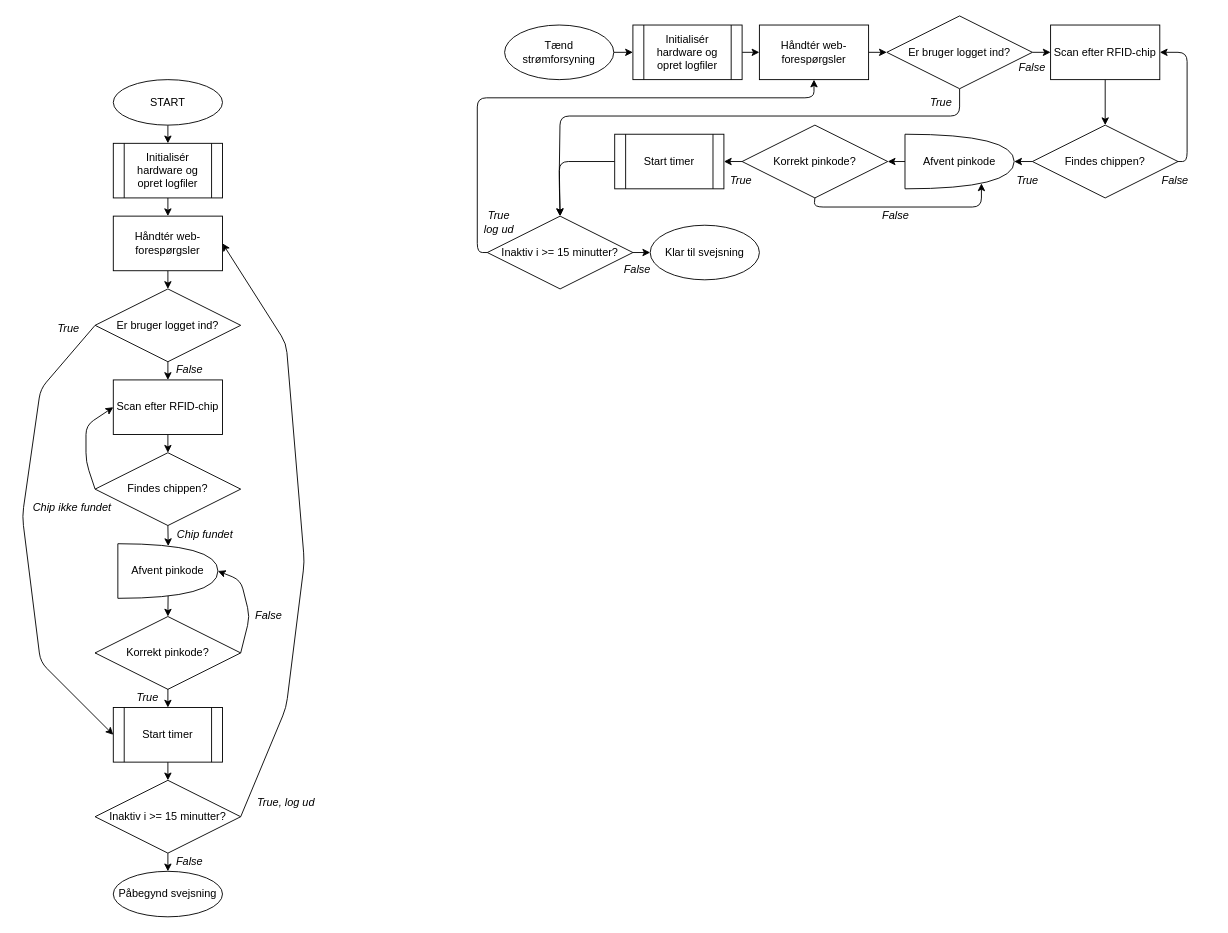
Before: standalone/RFID SD/systemflowchart.drawio in 220-gruppe/varierende_psu, a draw.io diagram. Source tidied: cells renumbered, new cells numbered last; positions are measured from the earlier drawing's top-left corner, leaving out a move shared by most shapes. Both pictures are drawn from the tidied source at 91%, with x=0, y=0 at pixel (22, 15).
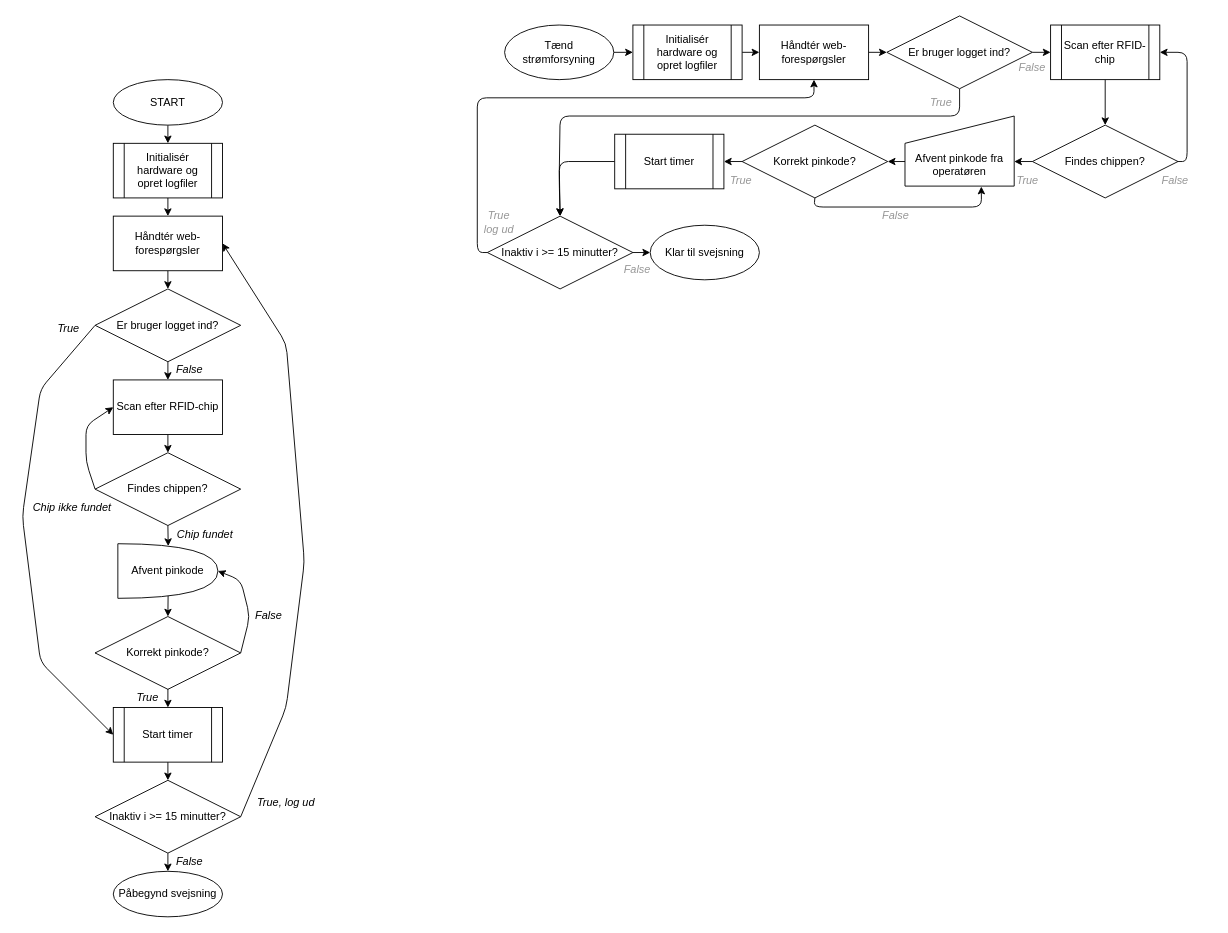
Above is the later version.

Unchanged cells that the change refers to:
```xml
<mxCell id="45" value="&lt;span&gt;&lt;b&gt;&lt;/b&gt;&lt;/span&gt;&lt;span&gt;&lt;font style=&quot;color: light-dark(rgb(0, 0, 0), rgb(255, 255, 255));&quot;&gt;Er bruger logget ind?&lt;/font&gt;&lt;/span&gt;" style="rhombus;whiteSpace=wrap;html=1;" parent="1" vertex="1">
  <mxGeometry x="950" width="160" height="80" as="geometry" />
</mxCell>
<mxCell id="49" value="&lt;span&gt;&lt;b&gt;&lt;/b&gt;&lt;/span&gt;&lt;span&gt;&lt;font style=&quot;color: light-dark(rgb(0, 0, 0), rgb(255, 255, 255));&quot;&gt;Korrekt pinkode?&lt;/font&gt;&lt;/span&gt;" style="rhombus;whiteSpace=wrap;html=1;" parent="1" vertex="1">
  <mxGeometry x="791" y="120" width="160" height="80" as="geometry" />
</mxCell>
<mxCell id="55" value="&lt;span&gt;&lt;b&gt;&lt;/b&gt;&lt;/span&gt;&lt;span&gt;&lt;font style=&quot;color: light-dark(rgb(0, 0, 0), rgb(255, 255, 255));&quot;&gt;Findes chippen?&lt;/font&gt;&lt;/span&gt;" style="rhombus;whiteSpace=wrap;html=1;" parent="1" vertex="1">
  <mxGeometry x="1110" y="120" width="160" height="80" as="geometry" />
</mxCell>
```

Change to the diagram source:
```diff
@@
-    <mxCell id="41" style="edgeStyle=none;html=1;exitX=0.5;exitY=1;exitDx=0;exitDy=0;entryX=0.5;entryY=0;entryDx=0;entryDy=0;" parent="1" edge="1" source="42" target="55">
-      <mxGeometry relative="1" as="geometry" />
+    <mxCell id="41" style="edgeStyle=none;html=1;exitX=0.5;exitY=1;exitDx=0;exitDy=0;entryX=0.5;entryY=0;entryDx=0;entryDy=0;" parent="1" edge="1" target="55">
+      <mxGeometry relative="1" as="geometry">
+        <mxPoint x="1190" y="70" as="sourcePoint" />
+      </mxGeometry>
     </mxCell>
-    <mxCell id="42" value="&lt;span&gt;&lt;b&gt;&lt;/b&gt;&lt;/span&gt;&lt;span&gt;&lt;font style=&quot;color: light-dark(rgb(0, 0, 0), rgb(255, 255, 255));&quot;&gt;Scan efter RFID-chip&lt;/font&gt;&lt;/span&gt;" style="rounded=0;whiteSpace=wrap;html=1;" parent="1" vertex="1">
-      <mxGeometry x="1130" y="10" width="120" height="60" as="geometry" />
-    </mxCell>
-    <mxCell id="43" style="edgeStyle=none;html=1;exitX=1;exitY=0.5;exitDx=0;exitDy=0;entryX=0;entryY=0.5;entryDx=0;entryDy=0;" parent="1" edge="1" source="45" target="42">
-      <mxGeometry relative="1" as="geometry" />
+    <mxCell id="43" style="edgeStyle=none;html=1;exitX=1;exitY=0.5;exitDx=0;exitDy=0;entryX=0;entryY=0.5;entryDx=0;entryDy=0;" parent="1" edge="1" source="45">
+      <mxGeometry relative="1" as="geometry">
+        <mxPoint x="1130" y="40" as="targetPoint" />
+      </mxGeometry>
     </mxCell>
@@
-    <mxCell id="46" style="edgeStyle=none;html=1;exitX=0;exitY=0.5;exitDx=0;exitDy=0;exitPerimeter=0;entryX=1;entryY=0.5;entryDx=0;entryDy=0;" parent="1" edge="1" source="47" target="49">
-      <mxGeometry relative="1" as="geometry" />
+    <mxCell id="46" style="edgeStyle=none;html=1;exitX=0;exitY=0.5;exitDx=0;exitDy=0;exitPerimeter=0;entryX=1;entryY=0.5;entryDx=0;entryDy=0;" parent="1" edge="1" target="49">
+      <mxGeometry relative="1" as="geometry">
+        <mxPoint x="970" y="160" as="sourcePoint" />
+      </mxGeometry>
     </mxCell>
-    <mxCell id="47" value="Afvent pinkode" style="shape=or;whiteSpace=wrap;html=1;" parent="1" vertex="1">
-      <mxGeometry x="970" y="130" width="120" height="60" as="geometry" />
-    </mxCell>
@@
-    <mxCell id="52" value="&lt;i&gt;&lt;font style=&quot;color: light-dark(rgb(0, 0, 0), rgb(150, 150, 150));&quot;&gt;True&lt;/font&gt;&lt;/i&gt;" style="text;html=1;align=center;verticalAlign=middle;whiteSpace=wrap;rounded=0;" parent="1" vertex="1">
+    <mxCell id="52" value="&lt;i&gt;&lt;font style=&quot;color: light-dark(rgb(150, 150, 150), rgb(150, 150, 150));&quot;&gt;True&lt;/font&gt;&lt;/i&gt;" style="text;html=1;align=center;verticalAlign=middle;whiteSpace=wrap;rounded=0;" parent="1" vertex="1">
       <mxGeometry x="970" y="88.5" width="80" height="13" as="geometry" />
     </mxCell>
@@
-    <mxCell id="54" style="edgeStyle=none;html=1;exitX=1;exitY=0.5;exitDx=0;exitDy=0;entryX=1;entryY=0.5;entryDx=0;entryDy=0;" parent="1" edge="1" source="55" target="42">
+    <mxCell id="54" style="edgeStyle=none;html=1;exitX=1;exitY=0.5;exitDx=0;exitDy=0;entryX=1;entryY=0.5;entryDx=0;entryDy=0;" parent="1" edge="1" source="55">
       <mxGeometry relative="1" as="geometry">
+        <mxPoint x="1250" y="40" as="targetPoint" />
         <Array as="points">
           <mxPoint x="1280" y="160" />
           <mxPoint x="1280" y="40" />
         </Array>
       </mxGeometry>
     </mxCell>
@@
-    <mxCell id="59" style="edgeStyle=none;html=1;exitX=0;exitY=0.5;exitDx=0;exitDy=0;entryX=1;entryY=0.5;entryDx=0;entryDy=0;entryPerimeter=0;" parent="1" edge="1" source="55" target="47">
-      <mxGeometry relative="1" as="geometry" />
+    <mxCell id="59" style="edgeStyle=none;html=1;exitX=0;exitY=0.5;exitDx=0;exitDy=0;entryX=1;entryY=0.5;entryDx=0;entryDy=0;entryPerimeter=0;" parent="1" edge="1" source="55">
+      <mxGeometry relative="1" as="geometry">
+        <mxPoint x="1090" y="160" as="targetPoint" />
+      </mxGeometry>
     </mxCell>
-    <mxCell id="60" value="&lt;i&gt;&lt;font style=&quot;color: light-dark(rgb(0, 0, 0), rgb(150, 150, 150));&quot;&gt;False&lt;/font&gt;&lt;/i&gt;" style="text;html=1;align=center;verticalAlign=middle;whiteSpace=wrap;rounded=0;" parent="1" vertex="1">
+    <mxCell id="60" value="&lt;i&gt;&lt;font style=&quot;color: light-dark(rgb(150, 150, 150), rgb(150, 150, 150));&quot;&gt;False&lt;/font&gt;&lt;/i&gt;" style="text;html=1;align=center;verticalAlign=middle;whiteSpace=wrap;rounded=0;" parent="1" vertex="1">
       <mxGeometry x="1227" y="174" width="80" height="13" as="geometry" />
     </mxCell>
-    <mxCell id="61" value="&lt;i&gt;&lt;font style=&quot;color: light-dark(rgb(0, 0, 0), rgb(150, 150, 150));&quot;&gt;True&lt;/font&gt;&lt;/i&gt;" style="text;html=1;align=center;verticalAlign=middle;whiteSpace=wrap;rounded=0;" parent="1" vertex="1">
+    <mxCell id="61" value="&lt;i&gt;&lt;font style=&quot;color: light-dark(rgb(150, 150, 150), rgb(150, 150, 150));&quot;&gt;True&lt;/font&gt;&lt;/i&gt;" style="text;html=1;align=center;verticalAlign=middle;whiteSpace=wrap;rounded=0;" parent="1" vertex="1">
       <mxGeometry x="1065" y="174" width="80" height="13" as="geometry" />
     </mxCell>
-    <mxCell id="62" value="&lt;i&gt;&lt;font style=&quot;color: light-dark(rgb(0, 0, 0), rgb(150, 150, 150));&quot;&gt;True&lt;/font&gt;&lt;/i&gt;" style="text;html=1;align=center;verticalAlign=middle;whiteSpace=wrap;rounded=0;" parent="1" vertex="1">
+    <mxCell id="62" value="&lt;i&gt;&lt;font style=&quot;color: light-dark(rgb(150, 150, 150), rgb(150, 150, 150));&quot;&gt;True&lt;/font&gt;&lt;/i&gt;" style="text;html=1;align=center;verticalAlign=middle;whiteSpace=wrap;rounded=0;" parent="1" vertex="1">
       <mxGeometry x="750" y="174" width="80" height="13" as="geometry" />
     </mxCell>
-    <mxCell id="63" style="edgeStyle=none;html=1;exitX=0.5;exitY=1;exitDx=0;exitDy=0;entryX=0.7;entryY=0.9;entryDx=0;entryDy=0;entryPerimeter=0;" parent="1" edge="1" source="49" target="47">
+    <mxCell id="63" style="edgeStyle=none;html=1;exitX=0.5;exitY=1;exitDx=0;exitDy=0;entryX=0.699;entryY=1.007;entryDx=0;entryDy=0;entryPerimeter=0;" parent="1" edge="1" source="49" target="68">
       <mxGeometry relative="1" as="geometry">
         <Array as="points">
           <mxPoint x="870" y="210" />
           <mxPoint x="1054" y="210" />
         </Array>
       </mxGeometry>
     </mxCell>
-    <mxCell id="64" value="&lt;i&gt;&lt;font style=&quot;color: light-dark(rgb(0, 0, 0), rgb(150, 150, 150));&quot;&gt;False&lt;/font&gt;&lt;/i&gt;" style="text;html=1;align=center;verticalAlign=middle;whiteSpace=wrap;rounded=0;" parent="1" vertex="1">
+    <mxCell id="64" value="&lt;i&gt;&lt;font style=&quot;color: light-dark(rgb(150, 150, 150), rgb(150, 150, 150));&quot;&gt;False&lt;/font&gt;&lt;/i&gt;" style="text;html=1;align=center;verticalAlign=middle;whiteSpace=wrap;rounded=0;" parent="1" vertex="1">
       <mxGeometry x="920" y="213" width="80" height="13" as="geometry" />
     </mxCell>
-    <mxCell id="65" value="&lt;i&gt;&lt;font style=&quot;color: light-dark(rgb(0, 0, 0), rgb(150, 150, 150));&quot;&gt;False&lt;/font&gt;&lt;/i&gt;" style="text;html=1;align=center;verticalAlign=middle;whiteSpace=wrap;rounded=0;" parent="1" vertex="1">
+    <mxCell id="65" value="&lt;i&gt;&lt;font style=&quot;color: light-dark(rgb(150, 150, 150), rgb(150, 150, 150));&quot;&gt;False&lt;/font&gt;&lt;/i&gt;" style="text;html=1;align=center;verticalAlign=middle;whiteSpace=wrap;rounded=0;fillColor=none;" parent="1" vertex="1">
       <mxGeometry x="636" y="272" width="80" height="13" as="geometry" />
     </mxCell>
-    <mxCell id="66" value="&lt;i&gt;&lt;font style=&quot;color: light-dark(rgb(0, 0, 0), rgb(150, 150, 150));&quot;&gt;True&lt;/font&gt;&lt;/i&gt;&lt;div&gt;&lt;i&gt;&lt;font style=&quot;color: light-dark(rgb(0, 0, 0), rgb(150, 150, 150));&quot;&gt;log ud&lt;/font&gt;&lt;/i&gt;&lt;/div&gt;" style="text;html=1;align=center;verticalAlign=middle;whiteSpace=wrap;rounded=0;" parent="1" vertex="1">
+    <mxCell id="66" value="&lt;i&gt;&lt;font style=&quot;color: light-dark(rgb(150, 150, 150), rgb(150, 150, 150));&quot;&gt;True&lt;/font&gt;&lt;/i&gt;&lt;div&gt;&lt;i&gt;&lt;font style=&quot;color: light-dark(rgb(150, 150, 150), rgb(150, 150, 150));&quot;&gt;log ud&lt;/font&gt;&lt;/i&gt;&lt;/div&gt;" style="text;html=1;align=center;verticalAlign=middle;whiteSpace=wrap;rounded=0;" parent="1" vertex="1">
       <mxGeometry x="484" y="220" width="80" height="13" as="geometry" />
     </mxCell>
-    <mxCell id="67" value="&lt;i&gt;&lt;font style=&quot;color: light-dark(rgb(0, 0, 0), rgb(150, 150, 150));&quot;&gt;False&lt;/font&gt;&lt;/i&gt;" style="text;html=1;align=center;verticalAlign=middle;whiteSpace=wrap;rounded=0;" parent="1" vertex="1">
+    <mxCell id="67" value="&lt;i&gt;&lt;font style=&quot;color: light-dark(rgb(150, 150, 150), rgb(150, 150, 150));&quot;&gt;False&lt;/font&gt;&lt;/i&gt;" style="text;html=1;align=center;verticalAlign=middle;whiteSpace=wrap;rounded=0;" parent="1" vertex="1">
       <mxGeometry x="1070" y="50" width="80" height="13" as="geometry" />
     </mxCell>
+    <mxCell id="68" value="&lt;div&gt;&lt;br&gt;&lt;/div&gt;&lt;div&gt;&lt;br&gt;&lt;/div&gt;Afvent pinkode fra operatøren" style="shape=manualInput;whiteSpace=wrap;html=1;" parent="1" vertex="1">
+      <mxGeometry x="970" y="110" width="120" height="77" as="geometry" />
+    </mxCell>
+    <mxCell id="42" value="&lt;font style=&quot;color: light-dark(rgb(0, 0, 0), rgb(255, 255, 255));&quot;&gt;Scan efter RFID-chip&lt;/font&gt;" style="shape=process;whiteSpace=wrap;html=1;backgroundOutline=1;" parent="1" vertex="1">
+      <mxGeometry x="1130" y="10" width="120" height="60" as="geometry" />
+    </mxCell>
```
